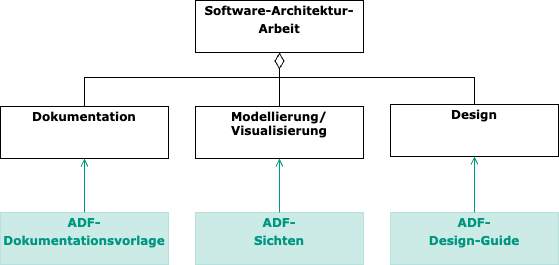
Before: pages/assets/overview-adf.drawio.png, a diagram exported from draw.io (architecture-decomposition-framework/en). Source tidied: cells renumbered, new cells last; positions are measured from the earlier drawing's top-left corner, leaving out a move shared by most shapes. Its diagram source:
```xml
<mxGraphModel background="#ffffff">
  <root>
    <mxCell id="0" />
    <mxCell id="1" parent="0" />
    <mxCell id="2" value="&lt;p style=&quot;margin: 0px ; margin-top: 4px ; text-align: center&quot;&gt;&lt;b&gt;Software-Architektur-&lt;/b&gt;&lt;/p&gt;&lt;p style=&quot;margin: 0px ; margin-top: 4px ; text-align: center&quot;&gt;&lt;b&gt;Arbeit&lt;/b&gt;&lt;/p&gt;" style="verticalAlign=top;align=left;overflow=fill;fontSize=12;fontFamily=Verdana;html=1;fillColor=#FFFFFF;fontColor=#000000;" parent="1" vertex="1">
      <mxGeometry x="195" width="168" height="52" as="geometry" />
    </mxCell>
    <mxCell id="3" style="endArrow=none;html=1;endSize=12;startArrow=diamondThin;startSize=14;startFill=0;edgeStyle=orthogonalEdgeStyle;align=left;verticalAlign=bottom;dashed=0;fillColor=#000000;fontFamily=Verdana;fontSize=12;endFill=0;rounded=0;fontColor=#000000;" parent="1" edge="1" source="2" target="4">
      <mxGeometry x="-1" y="3" relative="1" as="geometry" />
    </mxCell>
    <mxCell id="4" value="&lt;p style=&quot;margin: 0px ; margin-top: 4px ; text-align: center&quot;&gt;&lt;b&gt;Modellierung/&lt;br&gt;Visualisierung&lt;/b&gt;&lt;/p&gt;" style="verticalAlign=top;align=left;overflow=fill;fontSize=12;fontFamily=Verdana;html=1;fillColor=#FFFFFF;fontColor=#000000;" parent="1" vertex="1">
      <mxGeometry x="195" y="106" width="168" height="52" as="geometry" />
    </mxCell>
    <mxCell id="5" style="endArrow=none;html=1;endSize=12;startArrow=diamondThin;startSize=14;startFill=0;edgeStyle=orthogonalEdgeStyle;align=left;verticalAlign=bottom;dashed=0;fillColor=#000000;fontFamily=Verdana;fontSize=12;endFill=0;rounded=0;fontColor=#000000;exitX=0.5;exitY=1;exitDx=0;exitDy=0;" parent="1" edge="1" source="2" target="6">
      <mxGeometry x="-1" y="3" relative="1" as="geometry">
        <Array as="points">
          <mxPoint x="279" y="77" />
          <mxPoint x="84" y="77" />
        </Array>
      </mxGeometry>
    </mxCell>
    <mxCell id="6" value="&lt;p style=&quot;margin: 0px ; margin-top: 4px ; text-align: center&quot;&gt;&lt;b&gt;Dokumentation&lt;/b&gt;&lt;/p&gt;" style="verticalAlign=top;align=left;overflow=fill;fontSize=12;fontFamily=Verdana;html=1;fillColor=#FFFFFF;fontColor=#000000;" parent="1" vertex="1">
      <mxGeometry y="106" width="168" height="52" as="geometry" />
    </mxCell>
    <mxCell id="7" style="endArrow=none;html=1;endSize=12;startArrow=diamondThin;startSize=14;startFill=0;edgeStyle=orthogonalEdgeStyle;align=left;verticalAlign=bottom;dashed=0;fillColor=#000000;fontFamily=Verdana;fontSize=12;endFill=0;rounded=0;fontColor=#000000;exitX=0.5;exitY=1;exitDx=0;exitDy=0;" parent="1" edge="1" source="2" target="8">
      <mxGeometry x="-1" y="3" relative="1" as="geometry">
        <Array as="points">
          <mxPoint x="279" y="77" />
          <mxPoint x="474" y="77" />
        </Array>
      </mxGeometry>
    </mxCell>
    <mxCell id="8" value="&lt;p style=&quot;margin: 0px ; margin-top: 4px ; text-align: center&quot;&gt;&lt;b&gt;Design&lt;/b&gt;&lt;/p&gt;" style="verticalAlign=top;align=left;overflow=fill;fontSize=12;fontFamily=Verdana;html=1;fillColor=#FFFFFF;fontColor=#000000;" parent="1" vertex="1">
      <mxGeometry x="390" y="104" width="168" height="52" as="geometry" />
    </mxCell>
    <mxCell id="9" value="&lt;p style=&quot;margin: 0px ; margin-top: 4px ; text-align: center&quot;&gt;&lt;b&gt;ADF-&lt;/b&gt;&lt;/p&gt;&lt;p style=&quot;margin: 0px ; margin-top: 4px ; text-align: center&quot;&gt;&lt;b&gt;Dokumentationsvorlage&lt;/b&gt;&lt;/p&gt;" style="verticalAlign=top;align=left;overflow=fill;fontSize=12;fontFamily=Verdana;html=1;fillColor=#009781;fontColor=#009781;opacity=20;strokeColor=#009781;" parent="1" vertex="1">
      <mxGeometry y="212" width="168" height="52" as="geometry" />
    </mxCell>
    <mxCell id="10" value="&lt;p style=&quot;margin: 0px ; margin-top: 4px ; text-align: center&quot;&gt;&lt;b&gt;ADF-&lt;/b&gt;&lt;/p&gt;&lt;p style=&quot;margin: 0px ; margin-top: 4px ; text-align: center&quot;&gt;&lt;b&gt;Sichten&lt;/b&gt;&lt;/p&gt;" style="verticalAlign=top;align=left;overflow=fill;fontSize=12;fontFamily=Verdana;html=1;fillColor=#009781;fontColor=#009781;opacity=20;strokeColor=#009781;" parent="1" vertex="1">
      <mxGeometry x="195" y="212" width="168" height="52" as="geometry" />
    </mxCell>
    <mxCell id="11" value="&lt;p style=&quot;margin: 0px ; margin-top: 4px ; text-align: center&quot;&gt;&lt;b&gt;ADF-&lt;/b&gt;&lt;/p&gt;&lt;p style=&quot;margin: 0px ; margin-top: 4px ; text-align: center&quot;&gt;&lt;b&gt;Design-Guide&lt;/b&gt;&lt;/p&gt;" style="verticalAlign=top;align=left;overflow=fill;fontSize=12;fontFamily=Verdana;html=1;fillColor=#009781;fontColor=#009781;opacity=20;strokeColor=#009781;" parent="1" vertex="1">
      <mxGeometry x="390" y="212" width="168" height="52" as="geometry" />
    </mxCell>
    <mxCell id="12" style="endArrow=open;html=1;fillColor=#000000;fontFamily=Verdana;fontSize=12;endFill=0;rounded=0;strokeColor=#009781;" parent="1" edge="1" source="9" target="6">
      <mxGeometry relative="1" as="geometry" />
    </mxCell>
    <mxCell id="13" style="endArrow=open;html=1;fillColor=#000000;fontFamily=Verdana;fontSize=12;endFill=0;rounded=0;strokeColor=#009781;" parent="1" edge="1" source="10" target="4">
      <mxGeometry relative="1" as="geometry" />
    </mxCell>
    <mxCell id="14" style="endArrow=open;html=1;fillColor=#000000;fontFamily=Verdana;fontSize=12;endFill=0;rounded=0;strokeColor=#009781;" parent="1" edge="1" source="11" target="8">
      <mxGeometry relative="1" as="geometry" />
    </mxCell>
  </root>
</mxGraphModel>
```
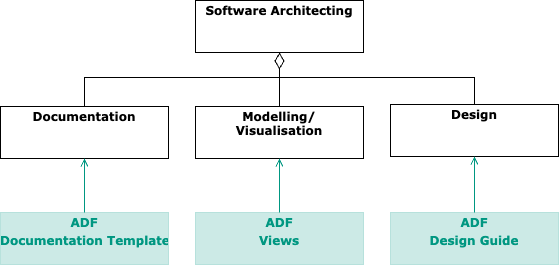
Later version of the same file.

The edit, as a diff of the source:
```diff
@@ -2,13 +2,13 @@
   <root>
     <mxCell id="0" />
     <mxCell id="1" parent="0" />
-    <mxCell id="2" value="&lt;p style=&quot;margin: 0px ; margin-top: 4px ; text-align: center&quot;&gt;&lt;b&gt;Software-Architektur-&lt;/b&gt;&lt;/p&gt;&lt;p style=&quot;margin: 0px ; margin-top: 4px ; text-align: center&quot;&gt;&lt;b&gt;Arbeit&lt;/b&gt;&lt;/p&gt;" style="verticalAlign=top;align=left;overflow=fill;fontSize=12;fontFamily=Verdana;html=1;fillColor=#FFFFFF;fontColor=#000000;" parent="1" vertex="1">
+    <mxCell id="2" value="&lt;p style=&quot;margin: 0px ; margin-top: 4px ; text-align: center&quot;&gt;&lt;b&gt;Software Architecting&lt;/b&gt;&lt;/p&gt;" style="verticalAlign=top;align=left;overflow=fill;fontSize=12;fontFamily=Verdana;html=1;fillColor=#FFFFFF;fontColor=#000000;" parent="1" vertex="1">
       <mxGeometry x="195" width="168" height="52" as="geometry" />
     </mxCell>
     <mxCell id="3" style="endArrow=none;html=1;endSize=12;startArrow=diamondThin;startSize=14;startFill=0;edgeStyle=orthogonalEdgeStyle;align=left;verticalAlign=bottom;dashed=0;fillColor=#000000;fontFamily=Verdana;fontSize=12;endFill=0;rounded=0;fontColor=#000000;" parent="1" edge="1" source="2" target="4">
       <mxGeometry x="-1" y="3" relative="1" as="geometry" />
     </mxCell>
-    <mxCell id="4" value="&lt;p style=&quot;margin: 0px ; margin-top: 4px ; text-align: center&quot;&gt;&lt;b&gt;Modellierung/&lt;br&gt;Visualisierung&lt;/b&gt;&lt;/p&gt;" style="verticalAlign=top;align=left;overflow=fill;fontSize=12;fontFamily=Verdana;html=1;fillColor=#FFFFFF;fontColor=#000000;" parent="1" vertex="1">
+    <mxCell id="4" value="&lt;p style=&quot;margin: 0px ; margin-top: 4px ; text-align: center&quot;&gt;&lt;b&gt;Modelling/&lt;br&gt;Visualisation&lt;/b&gt;&lt;/p&gt;" style="verticalAlign=top;align=left;overflow=fill;fontSize=12;fontFamily=Verdana;html=1;fillColor=#FFFFFF;fontColor=#000000;" parent="1" vertex="1">
       <mxGeometry x="195" y="106" width="168" height="52" as="geometry" />
     </mxCell>
     <mxCell id="5" style="endArrow=none;html=1;endSize=12;startArrow=diamondThin;startSize=14;startFill=0;edgeStyle=orthogonalEdgeStyle;align=left;verticalAlign=bottom;dashed=0;fillColor=#000000;fontFamily=Verdana;fontSize=12;endFill=0;rounded=0;fontColor=#000000;exitX=0.5;exitY=1;exitDx=0;exitDy=0;" parent="1" edge="1" source="2" target="6">
@@ -19,7 +19,7 @@
         </Array>
       </mxGeometry>
     </mxCell>
-    <mxCell id="6" value="&lt;p style=&quot;margin: 0px ; margin-top: 4px ; text-align: center&quot;&gt;&lt;b&gt;Dokumentation&lt;/b&gt;&lt;/p&gt;" style="verticalAlign=top;align=left;overflow=fill;fontSize=12;fontFamily=Verdana;html=1;fillColor=#FFFFFF;fontColor=#000000;" parent="1" vertex="1">
+    <mxCell id="6" value="&lt;p style=&quot;margin: 0px ; margin-top: 4px ; text-align: center&quot;&gt;&lt;b&gt;Documentation&lt;/b&gt;&lt;/p&gt;" style="verticalAlign=top;align=left;overflow=fill;fontSize=12;fontFamily=Verdana;html=1;fillColor=#FFFFFF;fontColor=#000000;" parent="1" vertex="1">
       <mxGeometry y="106" width="168" height="52" as="geometry" />
     </mxCell>
     <mxCell id="7" style="endArrow=none;html=1;endSize=12;startArrow=diamondThin;startSize=14;startFill=0;edgeStyle=orthogonalEdgeStyle;align=left;verticalAlign=bottom;dashed=0;fillColor=#000000;fontFamily=Verdana;fontSize=12;endFill=0;rounded=0;fontColor=#000000;exitX=0.5;exitY=1;exitDx=0;exitDy=0;" parent="1" edge="1" source="2" target="8">
@@ -33,13 +33,13 @@
     <mxCell id="8" value="&lt;p style=&quot;margin: 0px ; margin-top: 4px ; text-align: center&quot;&gt;&lt;b&gt;Design&lt;/b&gt;&lt;/p&gt;" style="verticalAlign=top;align=left;overflow=fill;fontSize=12;fontFamily=Verdana;html=1;fillColor=#FFFFFF;fontColor=#000000;" parent="1" vertex="1">
       <mxGeometry x="390" y="104" width="168" height="52" as="geometry" />
     </mxCell>
-    <mxCell id="9" value="&lt;p style=&quot;margin: 0px ; margin-top: 4px ; text-align: center&quot;&gt;&lt;b&gt;ADF-&lt;/b&gt;&lt;/p&gt;&lt;p style=&quot;margin: 0px ; margin-top: 4px ; text-align: center&quot;&gt;&lt;b&gt;Dokumentationsvorlage&lt;/b&gt;&lt;/p&gt;" style="verticalAlign=top;align=left;overflow=fill;fontSize=12;fontFamily=Verdana;html=1;fillColor=#009781;fontColor=#009781;opacity=20;strokeColor=#009781;" parent="1" vertex="1">
+    <mxCell id="9" value="&lt;p style=&quot;margin: 0px ; margin-top: 4px ; text-align: center&quot;&gt;&lt;b&gt;ADF&lt;/b&gt;&lt;/p&gt;&lt;p style=&quot;margin: 0px ; margin-top: 4px ; text-align: center&quot;&gt;&lt;b&gt;Documentation Template&lt;/b&gt;&lt;/p&gt;" style="verticalAlign=top;align=left;overflow=fill;fontSize=12;fontFamily=Verdana;html=1;fillColor=#009781;fontColor=#009781;opacity=20;strokeColor=#009781;" parent="1" vertex="1">
       <mxGeometry y="212" width="168" height="52" as="geometry" />
     </mxCell>
-    <mxCell id="10" value="&lt;p style=&quot;margin: 0px ; margin-top: 4px ; text-align: center&quot;&gt;&lt;b&gt;ADF-&lt;/b&gt;&lt;/p&gt;&lt;p style=&quot;margin: 0px ; margin-top: 4px ; text-align: center&quot;&gt;&lt;b&gt;Sichten&lt;/b&gt;&lt;/p&gt;" style="verticalAlign=top;align=left;overflow=fill;fontSize=12;fontFamily=Verdana;html=1;fillColor=#009781;fontColor=#009781;opacity=20;strokeColor=#009781;" parent="1" vertex="1">
+    <mxCell id="10" value="&lt;p style=&quot;margin: 0px ; margin-top: 4px ; text-align: center&quot;&gt;&lt;b&gt;ADF&lt;/b&gt;&lt;/p&gt;&lt;p style=&quot;margin: 0px ; margin-top: 4px ; text-align: center&quot;&gt;&lt;b&gt;Views&lt;/b&gt;&lt;/p&gt;" style="verticalAlign=top;align=left;overflow=fill;fontSize=12;fontFamily=Verdana;html=1;fillColor=#009781;fontColor=#009781;opacity=20;strokeColor=#009781;" parent="1" vertex="1">
       <mxGeometry x="195" y="212" width="168" height="52" as="geometry" />
     </mxCell>
-    <mxCell id="11" value="&lt;p style=&quot;margin: 0px ; margin-top: 4px ; text-align: center&quot;&gt;&lt;b&gt;ADF-&lt;/b&gt;&lt;/p&gt;&lt;p style=&quot;margin: 0px ; margin-top: 4px ; text-align: center&quot;&gt;&lt;b&gt;Design-Guide&lt;/b&gt;&lt;/p&gt;" style="verticalAlign=top;align=left;overflow=fill;fontSize=12;fontFamily=Verdana;html=1;fillColor=#009781;fontColor=#009781;opacity=20;strokeColor=#009781;" parent="1" vertex="1">
+    <mxCell id="11" value="&lt;p style=&quot;margin: 0px ; margin-top: 4px ; text-align: center&quot;&gt;&lt;b&gt;ADF&lt;/b&gt;&lt;/p&gt;&lt;p style=&quot;margin: 0px ; margin-top: 4px ; text-align: center&quot;&gt;&lt;b&gt;Design Guide&lt;/b&gt;&lt;/p&gt;" style="verticalAlign=top;align=left;overflow=fill;fontSize=12;fontFamily=Verdana;html=1;fillColor=#009781;fontColor=#009781;opacity=20;strokeColor=#009781;" parent="1" vertex="1">
       <mxGeometry x="390" y="212" width="168" height="52" as="geometry" />
     </mxCell>
     <mxCell id="12" style="endArrow=open;html=1;fillColor=#000000;fontFamily=Verdana;fontSize=12;endFill=0;rounded=0;strokeColor=#009781;" parent="1" edge="1" source="9" target="6">
```
